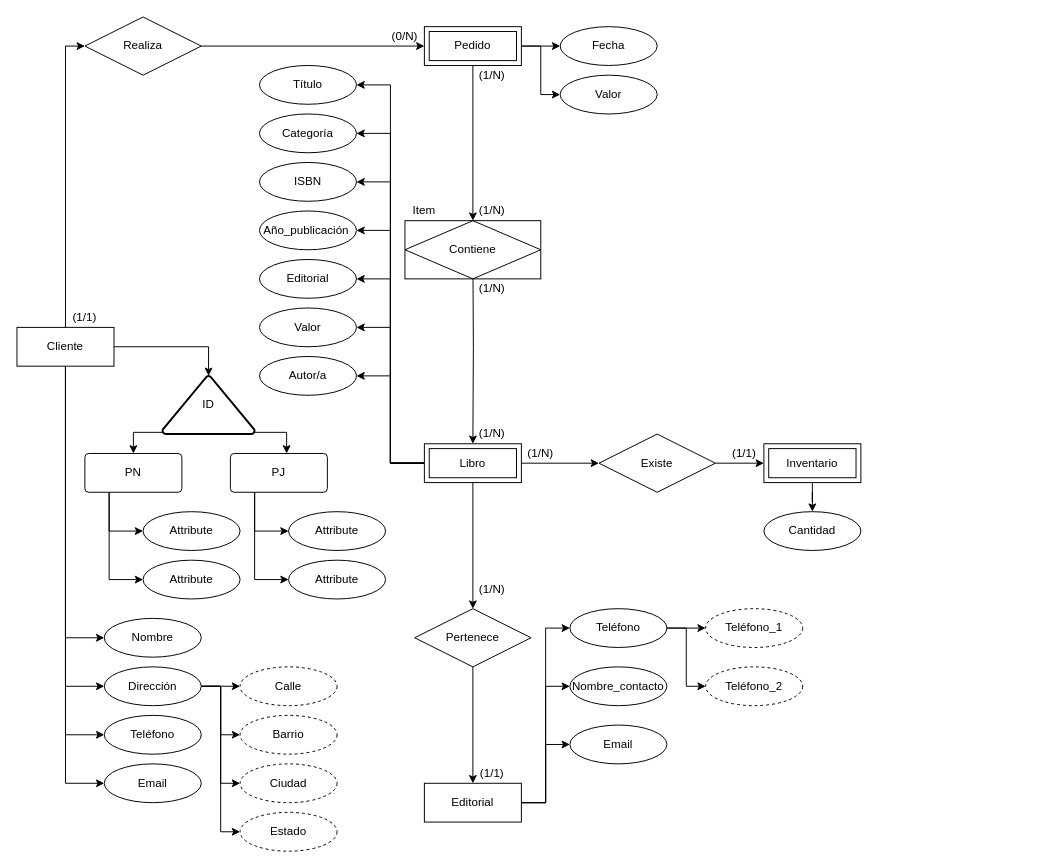
Earlier version of the draw.io diagram Diagrama id entidades.drawio (maximo-he/Modelado-de-base-de-datos). Source tidied: cells renumbered, new cells numbered last; positions are measured from the earlier drawing's top-left corner, leaving out a move shared by most shapes. Both pictures are drawn from the tidied source at 97%, with x=0, y=0 at pixel (16, 16).
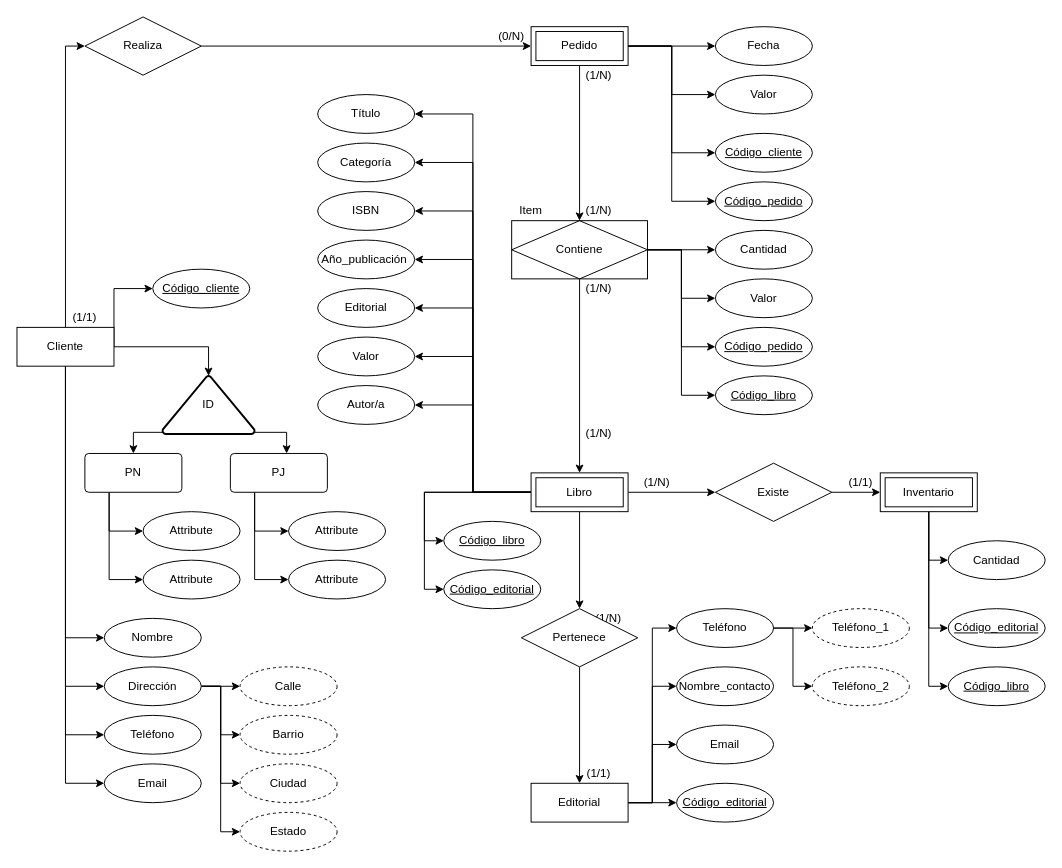
After the change.

The change refers to these unchanged cells:
```xml
<mxCell id="7" value="Cliente" style="whiteSpace=wrap;html=1;align=center;" parent="1" vertex="1">
  <mxGeometry y="320" width="100" height="40" as="geometry" />
</mxCell>
```

Change to the diagram source:
```diff
@@
+    <mxCell id="90" style="edgeStyle=orthogonalEdgeStyle;rounded=0;jettySize=auto;html=1;exitX=1;exitY=0.5;exitDx=0;exitDy=0;entryX=0;entryY=0.5;entryDx=0;entryDy=0;" parent="1" edge="1" source="7" target="102">
+      <mxGeometry relative="1" as="geometry">
+        <Array as="points">
+          <mxPoint x="100" y="280" />
+        </Array>
+      </mxGeometry>
+    </mxCell>
@@
+    <mxCell id="91" style="edgeStyle=orthogonalEdgeStyle;rounded=0;jettySize=auto;html=1;exitX=1;exitY=0.5;exitDx=0;exitDy=0;entryX=0;entryY=0.5;entryDx=0;entryDy=0;" parent="1" edge="1" source="11" target="104">
+      <mxGeometry relative="1" as="geometry" />
+    </mxCell>
+    <mxCell id="92" style="edgeStyle=orthogonalEdgeStyle;rounded=0;jettySize=auto;html=1;exitX=1;exitY=0.5;exitDx=0;exitDy=0;entryX=0;entryY=0.5;entryDx=0;entryDy=0;" parent="1" edge="1" source="11" target="107">
+      <mxGeometry relative="1" as="geometry" />
+    </mxCell>
     <mxCell id="11" value="Pedido" style="shape=ext;margin=3;double=1;whiteSpace=wrap;html=1;align=center;" parent="1" vertex="1">
-      <mxGeometry x="420" y="10" width="100" height="40" as="geometry" />
+      <mxGeometry x="530" y="10" width="100" height="40" as="geometry" />
     </mxCell>
@@
+    <mxCell id="93" style="edgeStyle=orthogonalEdgeStyle;rounded=0;jettySize=auto;html=1;exitX=1;exitY=0.5;exitDx=0;exitDy=0;entryX=0;entryY=0.5;entryDx=0;entryDy=0;" parent="1" edge="1" source="15" target="103">
+      <mxGeometry relative="1" as="geometry" />
+    </mxCell>
     <mxCell id="15" value="Editorial" style="whiteSpace=wrap;html=1;align=center;" parent="1" vertex="1">
-      <mxGeometry x="420" y="790" width="100" height="40" as="geometry" />
+      <mxGeometry x="530" y="790" width="100" height="40" as="geometry" />
     </mxCell>
-    <mxCell id="16" style="edgeStyle=orthogonalEdgeStyle;rounded=0;jettySize=auto;html=1;exitX=0.5;exitY=1;exitDx=0;exitDy=0;" parent="1" edge="1" source="17" target="82">
+    <mxCell id="16" style="edgeStyle=orthogonalEdgeStyle;rounded=0;jettySize=auto;html=1;exitX=0.5;exitY=1;exitDx=0;exitDy=0;entryX=0;entryY=0.5;entryDx=0;entryDy=0;" parent="1" edge="1" source="17" target="82">
       <mxGeometry relative="1" as="geometry" />
     </mxCell>
+    <mxCell id="94" style="edgeStyle=orthogonalEdgeStyle;rounded=0;jettySize=auto;html=1;exitX=0.5;exitY=1;exitDx=0;exitDy=0;entryX=0;entryY=0.5;entryDx=0;entryDy=0;" parent="1" edge="1" source="17" target="106">
+      <mxGeometry relative="1" as="geometry" />
+    </mxCell>
+    <mxCell id="95" style="edgeStyle=orthogonalEdgeStyle;rounded=0;jettySize=auto;html=1;exitX=0.5;exitY=1;exitDx=0;exitDy=0;entryX=0;entryY=0.5;entryDx=0;entryDy=0;" parent="1" edge="1" source="17" target="113">
+      <mxGeometry relative="1" as="geometry" />
+    </mxCell>
     <mxCell id="17" value="Inventario" style="shape=ext;margin=3;double=1;whiteSpace=wrap;html=1;align=center;" parent="1" vertex="1">
-      <mxGeometry x="770" y="440" width="100" height="40" as="geometry" />
+      <mxGeometry x="890" y="470" width="100" height="40" as="geometry" />
     </mxCell>
-    <mxCell id="18" style="edgeStyle=orthogonalEdgeStyle;rounded=0;jettySize=auto;html=1;exitX=0.5;exitY=1;exitDx=0;exitDy=0;entryX=0.5;entryY=0;entryDx=0;entryDy=0;" parent="1" edge="1" source="27" target="40">
-      <mxGeometry relative="1" as="geometry" />
-    </mxCell>
@@
+    <mxCell id="96" style="edgeStyle=orthogonalEdgeStyle;rounded=0;jettySize=auto;html=1;exitX=0;exitY=0.5;exitDx=0;exitDy=0;entryX=0;entryY=0.5;entryDx=0;entryDy=0;" parent="1" edge="1" source="27" target="111">
+      <mxGeometry relative="1" as="geometry" />
+    </mxCell>
+    <mxCell id="97" style="edgeStyle=orthogonalEdgeStyle;rounded=0;jettySize=auto;html=1;exitX=0;exitY=0.5;exitDx=0;exitDy=0;entryX=0;entryY=0.5;entryDx=0;entryDy=0;" parent="1" edge="1" source="27" target="105">
+      <mxGeometry relative="1" as="geometry" />
+    </mxCell>
+    <mxCell id="18" style="edgeStyle=orthogonalEdgeStyle;rounded=0;jettySize=auto;html=1;exitX=0.5;exitY=1;exitDx=0;exitDy=0;entryX=0.5;entryY=0;entryDx=0;entryDy=0;" parent="1" edge="1" source="27" target="40">
+      <mxGeometry relative="1" as="geometry" />
+    </mxCell>
     <mxCell id="27" value="Libro" style="shape=ext;margin=3;double=1;whiteSpace=wrap;html=1;align=center;" parent="1" vertex="1">
-      <mxGeometry x="420" y="440" width="100" height="40" as="geometry" />
+      <mxGeometry x="530" y="470" width="100" height="40" as="geometry" />
     </mxCell>
@@
     <mxCell id="31" value="(0/N)" style="text;html=1;align=center;verticalAlign=middle;whiteSpace=wrap;rounded=0;" parent="1" vertex="1">
-      <mxGeometry x="380" y="10" width="40" height="20" as="geometry" />
+      <mxGeometry x="490" y="10" width="40" height="20" as="geometry" />
     </mxCell>
     <mxCell id="32" value="(1/N&lt;span style=&quot;background-color: transparent; color: light-dark(rgb(0, 0, 0), rgb(255, 255, 255));&quot;&gt;)&lt;/span&gt;" style="text;html=1;align=center;verticalAlign=middle;whiteSpace=wrap;rounded=0;" parent="1" vertex="1">
-      <mxGeometry x="470" y="50" width="40" height="20" as="geometry" />
+      <mxGeometry x="580" y="50" width="40" height="20" as="geometry" />
     </mxCell>
     <mxCell id="33" value="(1/N)" style="text;html=1;align=center;verticalAlign=middle;whiteSpace=wrap;rounded=0;" parent="1" vertex="1">
-      <mxGeometry x="470" y="420" width="40" height="20" as="geometry" />
+      <mxGeometry x="580" y="420" width="40" height="20" as="geometry" />
     </mxCell>
     <mxCell id="34" value="(1/N)" style="text;html=1;align=center;verticalAlign=middle;whiteSpace=wrap;rounded=0;" parent="1" vertex="1">
-      <mxGeometry x="470" y="580" width="40" height="20" as="geometry" />
+      <mxGeometry x="590" y="610" width="40" height="20" as="geometry" />
     </mxCell>
     <mxCell id="35" value="(1/1)" style="text;html=1;align=center;verticalAlign=middle;whiteSpace=wrap;rounded=0;" parent="1" vertex="1">
-      <mxGeometry x="470" y="770" width="40" height="20" as="geometry" />
+      <mxGeometry x="580" y="770" width="40" height="20" as="geometry" />
     </mxCell>
     <mxCell id="36" value="(1/N)" style="text;html=1;align=center;verticalAlign=middle;whiteSpace=wrap;rounded=0;" parent="1" vertex="1">
-      <mxGeometry x="520" y="440" width="40" height="20" as="geometry" />
+      <mxGeometry x="640" y="470" width="40" height="20" as="geometry" />
     </mxCell>
     <mxCell id="37" value="(1/1)" style="text;html=1;align=center;verticalAlign=middle;whiteSpace=wrap;rounded=0;" parent="1" vertex="1">
-      <mxGeometry x="730" y="440" width="40" height="20" as="geometry" />
+      <mxGeometry x="850" y="470" width="40" height="20" as="geometry" />
     </mxCell>
     <mxCell id="38" style="edgeStyle=orthogonalEdgeStyle;rounded=0;jettySize=auto;html=1;exitX=0.5;exitY=1;exitDx=0;exitDy=0;entryX=0.5;entryY=0;entryDx=0;entryDy=0;" parent="1" edge="1" target="27">
       <mxGeometry relative="1" as="geometry">
-        <mxPoint x="470" y="240" as="sourcePoint" />
+        <mxPoint x="580" y="240" as="sourcePoint" />
+        <Array as="points">
+          <mxPoint x="580" y="470" />
+        </Array>
       </mxGeometry>
     </mxCell>
@@
     <mxCell id="40" value="Pertenece" style="shape=rhombus;perimeter=rhombusPerimeter;whiteSpace=wrap;html=1;align=center;" parent="1" vertex="1">
-      <mxGeometry x="410" y="610" width="120" height="60" as="geometry" />
+      <mxGeometry x="520" y="610" width="120" height="60" as="geometry" />
     </mxCell>
@@
     <mxCell id="42" value="Existe" style="shape=rhombus;perimeter=rhombusPerimeter;whiteSpace=wrap;html=1;align=center;" parent="1" vertex="1">
-      <mxGeometry x="600" y="430" width="120" height="60" as="geometry" />
+      <mxGeometry x="720" y="460" width="120" height="60" as="geometry" />
     </mxCell>
+    <mxCell id="98" style="edgeStyle=orthogonalEdgeStyle;rounded=0;jettySize=auto;html=1;exitX=1;exitY=0.5;exitDx=0;exitDy=0;entryX=0;entryY=0.5;entryDx=0;entryDy=0;" parent="1" edge="1" source="43" target="108">
+      <mxGeometry relative="1" as="geometry" />
+    </mxCell>
+    <mxCell id="99" style="edgeStyle=orthogonalEdgeStyle;rounded=0;jettySize=auto;html=1;exitX=1;exitY=0.5;exitDx=0;exitDy=0;entryX=0;entryY=0.5;entryDx=0;entryDy=0;" parent="1" edge="1" source="43" target="109">
+      <mxGeometry relative="1" as="geometry" />
+    </mxCell>
+    <mxCell id="100" style="edgeStyle=orthogonalEdgeStyle;rounded=0;jettySize=auto;html=1;exitX=1;exitY=0.5;exitDx=0;exitDy=0;entryX=0;entryY=0.5;entryDx=0;entryDy=0;" parent="1" edge="1" source="43" target="112">
+      <mxGeometry relative="1" as="geometry" />
+    </mxCell>
+    <mxCell id="101" style="edgeStyle=orthogonalEdgeStyle;rounded=0;jettySize=auto;html=1;exitX=1;exitY=0.5;exitDx=0;exitDy=0;entryX=0;entryY=0.5;entryDx=0;entryDy=0;" parent="1" edge="1" source="43" target="110">
+      <mxGeometry relative="1" as="geometry" />
+    </mxCell>
     <mxCell id="43" value="Contiene" style="shape=associativeEntity;whiteSpace=wrap;html=1;align=center;" parent="1" vertex="1">
-      <mxGeometry x="400" y="210" width="140" height="60" as="geometry" />
+      <mxGeometry x="510" y="210" width="140" height="60" as="geometry" />
     </mxCell>
     <mxCell id="44" value="(1/N&lt;span style=&quot;background-color: transparent; color: light-dark(rgb(0, 0, 0), rgb(255, 255, 255));&quot;&gt;)&lt;/span&gt;" style="text;html=1;align=center;verticalAlign=middle;whiteSpace=wrap;rounded=0;" parent="1" vertex="1">
-      <mxGeometry x="470" y="190" width="40" height="20" as="geometry" />
+      <mxGeometry x="580" y="190" width="40" height="20" as="geometry" />
     </mxCell>
     <mxCell id="45" value="(1/N)" style="text;html=1;align=center;verticalAlign=middle;whiteSpace=wrap;rounded=0;" parent="1" vertex="1">
-      <mxGeometry x="470" y="270" width="40" height="20" as="geometry" />
+      <mxGeometry x="580" y="270" width="40" height="20" as="geometry" />
     </mxCell>
     <mxCell id="46" value="Item" style="text;html=1;align=center;verticalAlign=middle;whiteSpace=wrap;rounded=0;" parent="1" vertex="1">
-      <mxGeometry x="400" y="190" width="40" height="20" as="geometry" />
+      <mxGeometry x="510" y="190" width="40" height="20" as="geometry" />
     </mxCell>
@@
     <mxCell id="73" value="Fecha" style="ellipse;whiteSpace=wrap;html=1;align=center;" parent="1" vertex="1">
-      <mxGeometry x="560" y="10" width="100" height="40" as="geometry" />
+      <mxGeometry x="720" y="10" width="100" height="40" as="geometry" />
     </mxCell>
     <mxCell id="74" value="Valor" style="ellipse;whiteSpace=wrap;html=1;align=center;" parent="1" vertex="1">
-      <mxGeometry x="560" y="60" width="100" height="40" as="geometry" />
+      <mxGeometry x="720" y="60" width="100" height="40" as="geometry" />
     </mxCell>
     <mxCell id="75" value="Título" style="ellipse;whiteSpace=wrap;html=1;align=center;" parent="1" vertex="1">
-      <mxGeometry x="250" y="50" width="100" height="40" as="geometry" />
+      <mxGeometry x="310" y="80" width="100" height="40" as="geometry" />
     </mxCell>
     <mxCell id="76" value="Categoría" style="ellipse;whiteSpace=wrap;html=1;align=center;" parent="1" vertex="1">
-      <mxGeometry x="250" y="100" width="100" height="40" as="geometry" />
+      <mxGeometry x="310" y="130" width="100" height="40" as="geometry" />
     </mxCell>
     <mxCell id="77" value="ISBN" style="ellipse;whiteSpace=wrap;html=1;align=center;" parent="1" vertex="1">
-      <mxGeometry x="250" y="150" width="100" height="40" as="geometry" />
+      <mxGeometry x="310" y="180" width="100" height="40" as="geometry" />
     </mxCell>
     <mxCell id="78" value="Año_publicación&amp;nbsp;" style="ellipse;whiteSpace=wrap;html=1;align=center;" parent="1" vertex="1">
-      <mxGeometry x="250" y="200" width="100" height="40" as="geometry" />
+      <mxGeometry x="310" y="230" width="100" height="40" as="geometry" />
     </mxCell>
     <mxCell id="79" value="Editorial" style="ellipse;whiteSpace=wrap;html=1;align=center;" parent="1" vertex="1">
-      <mxGeometry x="250" y="250" width="100" height="40" as="geometry" />
+      <mxGeometry x="310" y="280" width="100" height="40" as="geometry" />
     </mxCell>
     <mxCell id="80" value="Valor" style="ellipse;whiteSpace=wrap;html=1;align=center;" parent="1" vertex="1">
-      <mxGeometry x="250" y="300" width="100" height="40" as="geometry" />
+      <mxGeometry x="310" y="330" width="100" height="40" as="geometry" />
     </mxCell>
     <mxCell id="81" value="Autor/a" style="ellipse;whiteSpace=wrap;html=1;align=center;" parent="1" vertex="1">
-      <mxGeometry x="250" y="350" width="100" height="40" as="geometry" />
+      <mxGeometry x="310" y="380" width="100" height="40" as="geometry" />
     </mxCell>
     <mxCell id="82" value="Cantidad" style="ellipse;whiteSpace=wrap;html=1;align=center;" parent="1" vertex="1">
-      <mxGeometry x="770" y="510" width="100" height="40" as="geometry" />
+      <mxGeometry x="960" y="540" width="100" height="40" as="geometry" />
     </mxCell>
@@
     <mxCell id="85" value="Teléfono" style="ellipse;whiteSpace=wrap;html=1;align=center;" parent="1" vertex="1">
-      <mxGeometry x="570" y="610" width="100" height="40" as="geometry" />
+      <mxGeometry x="680" y="610" width="100" height="40" as="geometry" />
     </mxCell>
     <mxCell id="86" value="Nombre_contacto" style="ellipse;whiteSpace=wrap;html=1;align=center;" parent="1" vertex="1">
-      <mxGeometry x="570" y="670" width="100" height="40" as="geometry" />
+      <mxGeometry x="680" y="670" width="100" height="40" as="geometry" />
     </mxCell>
     <mxCell id="87" value="Email" style="ellipse;whiteSpace=wrap;html=1;align=center;" parent="1" vertex="1">
-      <mxGeometry x="570" y="730" width="100" height="40" as="geometry" />
+      <mxGeometry x="680" y="730" width="100" height="40" as="geometry" />
     </mxCell>
     <mxCell id="88" value="Teléfono_1" style="ellipse;whiteSpace=wrap;html=1;align=center;dashed=1;" parent="1" vertex="1">
-      <mxGeometry x="710" y="610" width="100" height="40" as="geometry" />
+      <mxGeometry x="820" y="610" width="100" height="40" as="geometry" />
     </mxCell>
     <mxCell id="89" value="Teléfono_2" style="ellipse;whiteSpace=wrap;html=1;align=center;dashed=1;" parent="1" vertex="1">
-      <mxGeometry x="710" y="670" width="100" height="40" as="geometry" />
+      <mxGeometry x="820" y="670" width="100" height="40" as="geometry" />
     </mxCell>
+    <mxCell id="102" value="Código_cliente" style="ellipse;whiteSpace=wrap;html=1;align=center;fontStyle=4;" parent="1" vertex="1">
+      <mxGeometry x="140" y="260" width="100" height="40" as="geometry" />
+    </mxCell>
+    <mxCell id="103" value="Código_editorial" style="ellipse;whiteSpace=wrap;html=1;align=center;fontStyle=4;" parent="1" vertex="1">
+      <mxGeometry x="680" y="790" width="100" height="40" as="geometry" />
+    </mxCell>
+    <mxCell id="104" value="Código_cliente" style="ellipse;whiteSpace=wrap;html=1;align=center;fontStyle=4;" parent="1" vertex="1">
+      <mxGeometry x="720" y="120" width="100" height="40" as="geometry" />
+    </mxCell>
+    <mxCell id="105" value="Código_editorial" style="ellipse;whiteSpace=wrap;html=1;align=center;fontStyle=4;" parent="1" vertex="1">
+      <mxGeometry x="440" y="570" width="100" height="40" as="geometry" />
+    </mxCell>
+    <mxCell id="106" value="Código_editorial" style="ellipse;whiteSpace=wrap;html=1;align=center;fontStyle=4;" parent="1" vertex="1">
+      <mxGeometry x="960" y="610" width="100" height="40" as="geometry" />
+    </mxCell>
+    <mxCell id="107" value="Código_pedido" style="ellipse;whiteSpace=wrap;html=1;align=center;fontStyle=4;" parent="1" vertex="1">
+      <mxGeometry x="720" y="170" width="100" height="40" as="geometry" />
+    </mxCell>
+    <mxCell id="108" value="Cantidad" style="ellipse;whiteSpace=wrap;html=1;align=center;" parent="1" vertex="1">
+      <mxGeometry x="720" y="220" width="100" height="40" as="geometry" />
+    </mxCell>
+    <mxCell id="109" value="Valor" style="ellipse;whiteSpace=wrap;html=1;align=center;" parent="1" vertex="1">
+      <mxGeometry x="720" y="270" width="100" height="40" as="geometry" />
+    </mxCell>
+    <mxCell id="110" value="Código_pedido" style="ellipse;whiteSpace=wrap;html=1;align=center;fontStyle=4;" parent="1" vertex="1">
+      <mxGeometry x="720" y="320" width="100" height="40" as="geometry" />
+    </mxCell>
+    <mxCell id="111" value="Código_libro" style="ellipse;whiteSpace=wrap;html=1;align=center;fontStyle=4;" parent="1" vertex="1">
+      <mxGeometry x="440" y="520" width="100" height="40" as="geometry" />
+    </mxCell>
+    <mxCell id="112" value="Código_libro" style="ellipse;whiteSpace=wrap;html=1;align=center;fontStyle=4;" parent="1" vertex="1">
+      <mxGeometry x="720" y="370" width="100" height="40" as="geometry" />
+    </mxCell>
+    <mxCell id="113" value="Código_libro" style="ellipse;whiteSpace=wrap;html=1;align=center;fontStyle=4;" parent="1" vertex="1">
+      <mxGeometry x="960" y="670" width="100" height="40" as="geometry" />
+    </mxCell>
```
